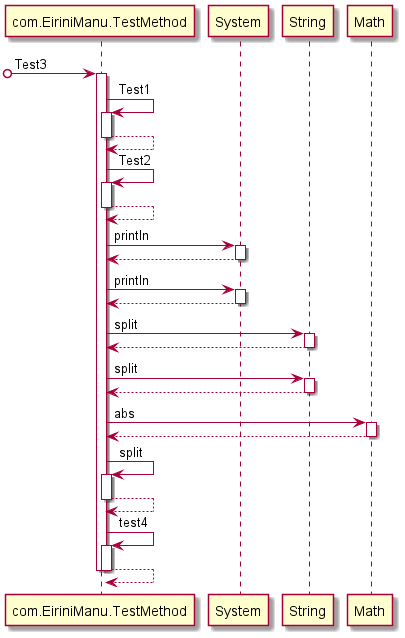
This is Diagrams/sequenceDiagram.png from manucapo/Gardener, a PlantUML export, as it was before one commit.
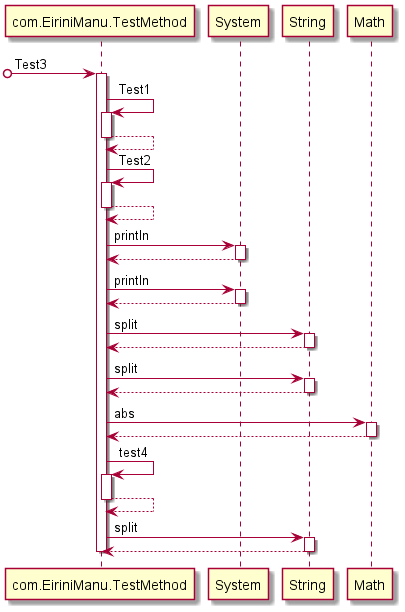
The same file after the commit.

Change to the diagram source:
```diff
@@ -29,13 +29,13 @@
 activate Math
 Math-->com.EiriniManu.TestMethod
 deactivate Math
-com.EiriniManu.TestMethod -> com.EiriniManu.TestMethod: split
-activate com.EiriniManu.TestMethod
-com.EiriniManu.TestMethod-->com.EiriniManu.TestMethod
-deactivate com.EiriniManu.TestMethod
 com.EiriniManu.TestMethod -> com.EiriniManu.TestMethod: test4
 activate com.EiriniManu.TestMethod
 com.EiriniManu.TestMethod-->com.EiriniManu.TestMethod
 deactivate com.EiriniManu.TestMethod
+com.EiriniManu.TestMethod -> String: split
+activate String
+String-->com.EiriniManu.TestMethod
+deactivate String
 deactivate com.EiriniManu.TestMethod
 @enduml
```
